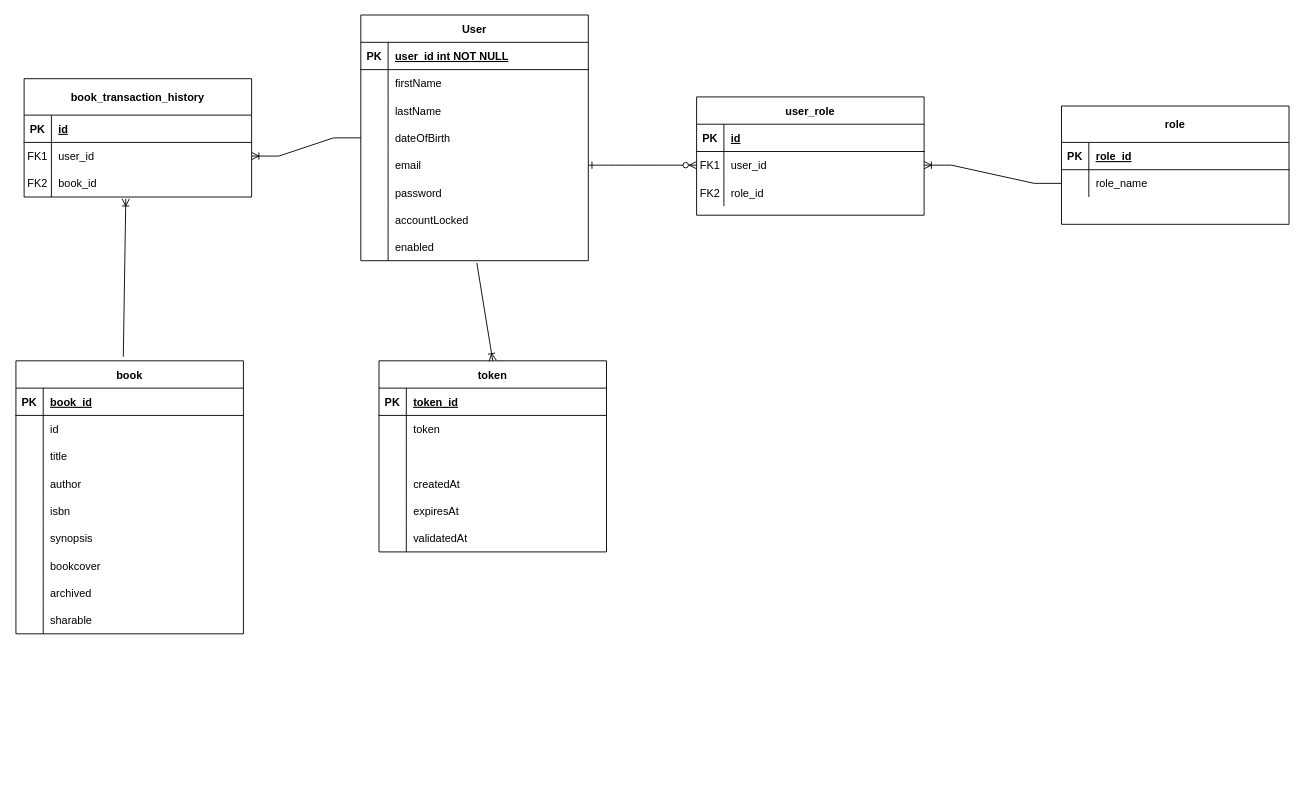
Earlier version of the draw.io diagram database_erd.drawio (sukrut57/book-social-network). Source tidied: cells renumbered, new cells numbered last; positions are measured from the earlier drawing's top-left corner, leaving out a move shared by most shapes. Both pictures are drawn from the tidied source at 91%, with x=0, y=0 at pixel (15, 15).
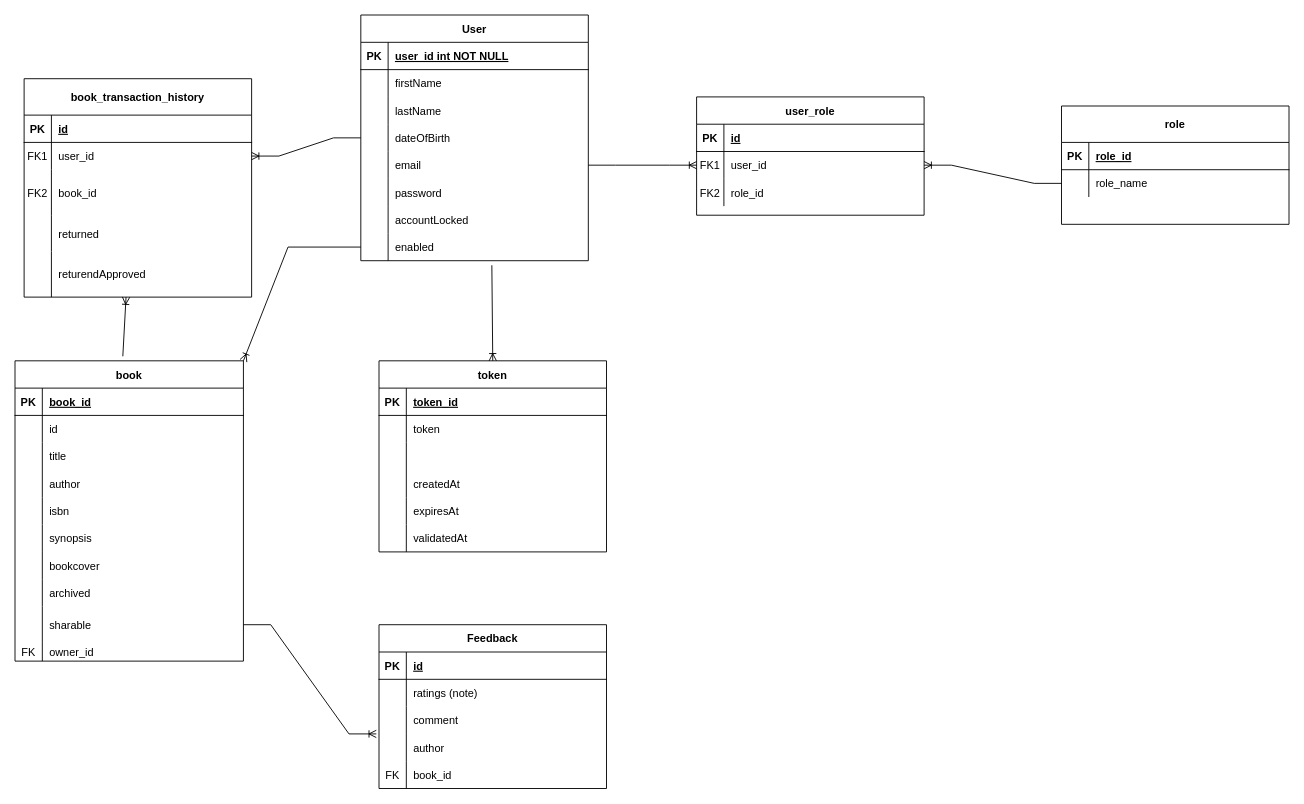
The same page after the edit.

The change refers to these unchanged cells:
```xml
<mxCell id="16" style="shape=partialRectangle;fillColor=none;points=[[0,0.5],[1,0.5]];portConstraint=eastwest;top=0;left=0;right=0;bottom=0;" parent="3" vertex="1">
  <mxGeometry y="150" width="250" height="30" as="geometry" />
</mxCell>
<mxCell id="25" style="shape=partialRectangle;fillColor=none;points=[[0,0.5],[1,0.5]];portConstraint=eastwest;top=0;left=0;right=0;bottom=0;" parent="3" vertex="1">
  <mxGeometry y="240" width="250" height="30" as="geometry" />
</mxCell>
<mxCell id="32" style="shape=partialRectangle;fillColor=none;points=[[0,0.5],[1,0.5]];portConstraint=eastwest;top=0;left=0;right=0;bottom=0;" parent="28" vertex="1">
  <mxGeometry y="60" width="250" height="30" as="geometry" />
</mxCell>
<mxCell id="86" value="token" style="shape=table;startSize=30;childLayout=tableLayout;rowLines=0;fontStyle=1;align=center;" parent="1" vertex="1">
  <mxGeometry x="399" y="380" width="250" height="210" as="geometry" />
</mxCell>
```

Change to the diagram source:
```diff
@@
-    <mxCell id="2" style="edgeStyle=entityRelationEdgeStyle;endArrow=ERzeroToMany;startArrow=ERone;endFill=1;startFill=0;exitX=1;exitY=0.5;exitDx=0;exitDy=0;" parent="1" edge="1" source="16" target="32">
-      <mxGeometry relative="1" as="geometry">
-        <Array as="points">
-          <mxPoint x="638" y="130" />
-        </Array>
-      </mxGeometry>
-    </mxCell>
@@
     <mxCell id="46" value="book_transaction_history" style="shape=table;startSize=40;childLayout=tableLayout;rowLines=0;fontStyle=1;align=center;" parent="1" vertex="1">
-      <mxGeometry x="9" y="70" width="250" height="130" as="geometry" />
+      <mxGeometry x="9" y="70" width="250" height="240" as="geometry" />
     </mxCell>
@@
     <mxCell id="53" style="shape=partialRectangle;fillColor=none;points=[[0,0.5],[1,0.5]];portConstraint=eastwest;top=0;left=0;right=0;bottom=0;" parent="46" vertex="1">
-      <mxGeometry y="100" width="250" height="30" as="geometry" />
+      <mxGeometry y="100" width="250" height="50" as="geometry" />
     </mxCell>
     <mxCell id="54" value="FK2" style="shape=partialRectangle;overflow=hidden;fillColor=none;top=0;left=0;bottom=0;right=0;" parent="53" vertex="1">
-      <mxGeometry width="30" height="30" as="geometry" />
+      <mxGeometry width="30" height="50" as="geometry" />
     </mxCell>
     <mxCell id="55" value="book_id" style="shape=partialRectangle;overflow=hidden;fillColor=none;top=0;left=0;bottom=0;right=0;align=left;spacingLeft=6;" parent="53" vertex="1">
-      <mxGeometry x="30" width="220" height="30" as="geometry" />
+      <mxGeometry x="30" width="220" height="50" as="geometry" />
     </mxCell>
+    <mxCell id="106" style="shape=partialRectangle;fillColor=none;top=0;left=0;right=0;bottom=0;" parent="46" vertex="1">
+      <mxGeometry y="150" width="250" height="40" as="geometry" />
+    </mxCell>
+    <mxCell id="107" style="shape=partialRectangle;overflow=hidden;fillColor=none;top=0;left=0;bottom=0;right=0;" parent="106" vertex="1">
+      <mxGeometry width="30" height="40" as="geometry" />
+    </mxCell>
+    <mxCell id="108" value="returned" style="shape=partialRectangle;overflow=hidden;fillColor=none;top=0;left=0;bottom=0;right=0;align=left;spacingLeft=6;" parent="106" vertex="1">
+      <mxGeometry x="30" width="220" height="40" as="geometry" />
+    </mxCell>
+    <mxCell id="109" style="shape=partialRectangle;fillColor=none;top=0;left=0;right=0;bottom=0;" parent="46" vertex="1">
+      <mxGeometry y="190" width="250" height="50" as="geometry" />
+    </mxCell>
+    <mxCell id="110" style="shape=partialRectangle;overflow=hidden;fillColor=none;top=0;left=0;bottom=0;right=0;" parent="109" vertex="1">
+      <mxGeometry width="30" height="50" as="geometry" />
+    </mxCell>
+    <mxCell id="111" value="returendApproved" style="shape=partialRectangle;overflow=hidden;fillColor=none;top=0;left=0;bottom=0;right=0;align=left;spacingLeft=6;" parent="109" vertex="1">
+      <mxGeometry x="30" width="220" height="50" as="geometry" />
+    </mxCell>
@@
     <mxCell id="57" value="book" style="shape=table;startSize=30;childLayout=tableLayout;rowLines=0;fontStyle=1;align=center;" parent="1" vertex="1">
-      <mxGeometry y="380" width="250" height="300" as="geometry" />
+      <mxGeometry x="-1" y="380" width="251" height="330" as="geometry" />
     </mxCell>
     <mxCell id="58" style="shape=partialRectangle;fillColor=none;top=0;left=0;right=0;bottom=1;" parent="57" vertex="1">
-      <mxGeometry y="30" width="250" height="30" as="geometry" />
+      <mxGeometry y="30" width="251" height="30" as="geometry" />
     </mxCell>
@@
     <mxCell id="60" value="book_id" style="shape=partialRectangle;overflow=hidden;fillColor=none;top=0;left=0;bottom=0;right=0;align=left;spacingLeft=6;fontStyle=5;" parent="58" vertex="1">
-      <mxGeometry x="30" width="220" height="30" as="geometry" />
+      <mxGeometry x="30" width="221" height="30" as="geometry" />
     </mxCell>
     <mxCell id="61" style="shape=partialRectangle;fillColor=none;top=0;left=0;right=0;bottom=0;" parent="57" vertex="1">
-      <mxGeometry y="60" width="250" height="30" as="geometry" />
+      <mxGeometry y="60" width="251" height="30" as="geometry" />
     </mxCell>
@@
     <mxCell id="63" value="id" style="shape=partialRectangle;overflow=hidden;fillColor=none;top=0;left=0;bottom=0;right=0;align=left;spacingLeft=6;" parent="61" vertex="1">
-      <mxGeometry x="30" width="220" height="30" as="geometry" />
+      <mxGeometry x="30" width="221" height="30" as="geometry" />
     </mxCell>
     <mxCell id="64" style="shape=partialRectangle;fillColor=none;top=0;left=0;right=0;bottom=0;" parent="57" vertex="1">
-      <mxGeometry y="90" width="250" height="30" as="geometry" />
+      <mxGeometry y="90" width="251" height="30" as="geometry" />
     </mxCell>
@@
     <mxCell id="66" value="title" style="shape=partialRectangle;overflow=hidden;fillColor=none;top=0;left=0;bottom=0;right=0;align=left;spacingLeft=6;" parent="64" vertex="1">
-      <mxGeometry x="30" width="220" height="30" as="geometry" />
+      <mxGeometry x="30" width="221" height="30" as="geometry" />
     </mxCell>
     <mxCell id="67" style="shape=partialRectangle;fillColor=none;top=0;left=0;right=0;bottom=0;" parent="57" vertex="1">
-      <mxGeometry y="120" width="250" height="30" as="geometry" />
+      <mxGeometry y="120" width="251" height="30" as="geometry" />
     </mxCell>
@@
     <mxCell id="69" value="author" style="shape=partialRectangle;overflow=hidden;fillColor=none;top=0;left=0;bottom=0;right=0;align=left;spacingLeft=6;" parent="67" vertex="1">
-      <mxGeometry x="30" width="220" height="30" as="geometry" />
+      <mxGeometry x="30" width="221" height="30" as="geometry" />
     </mxCell>
     <mxCell id="70" style="shape=partialRectangle;fillColor=none;top=0;left=0;right=0;bottom=0;" parent="57" vertex="1">
-      <mxGeometry y="150" width="250" height="30" as="geometry" />
+      <mxGeometry y="150" width="251" height="30" as="geometry" />
     </mxCell>
@@
     <mxCell id="72" value="isbn" style="shape=partialRectangle;overflow=hidden;fillColor=none;top=0;left=0;bottom=0;right=0;align=left;spacingLeft=6;" parent="70" vertex="1">
-      <mxGeometry x="30" width="220" height="30" as="geometry" />
+      <mxGeometry x="30" width="221" height="30" as="geometry" />
     </mxCell>
     <mxCell id="73" style="shape=partialRectangle;fillColor=none;top=0;left=0;right=0;bottom=0;" parent="57" vertex="1">
-      <mxGeometry y="180" width="250" height="30" as="geometry" />
+      <mxGeometry y="180" width="251" height="30" as="geometry" />
     </mxCell>
@@
     <mxCell id="75" value="synopsis" style="shape=partialRectangle;overflow=hidden;fillColor=none;top=0;left=0;bottom=0;right=0;align=left;spacingLeft=6;" parent="73" vertex="1">
-      <mxGeometry x="30" width="220" height="30" as="geometry" />
+      <mxGeometry x="30" width="221" height="30" as="geometry" />
     </mxCell>
     <mxCell id="76" style="shape=partialRectangle;fillColor=none;top=0;left=0;right=0;bottom=0;" parent="57" vertex="1">
-      <mxGeometry y="210" width="250" height="30" as="geometry" />
+      <mxGeometry y="210" width="251" height="30" as="geometry" />
     </mxCell>
@@
     <mxCell id="78" value="bookcover" style="shape=partialRectangle;overflow=hidden;fillColor=none;top=0;left=0;bottom=0;right=0;align=left;spacingLeft=6;" parent="76" vertex="1">
-      <mxGeometry x="30" width="220" height="30" as="geometry" />
+      <mxGeometry x="30" width="221" height="30" as="geometry" />
     </mxCell>
     <mxCell id="79" style="shape=partialRectangle;fillColor=none;top=0;left=0;right=0;bottom=0;" parent="57" vertex="1">
-      <mxGeometry y="240" width="250" height="30" as="geometry" />
+      <mxGeometry y="240" width="251" height="30" as="geometry" />
     </mxCell>
@@
     <mxCell id="81" value="archived" style="shape=partialRectangle;overflow=hidden;fillColor=none;top=0;left=0;bottom=0;right=0;align=left;spacingLeft=6;" parent="79" vertex="1">
-      <mxGeometry x="30" width="220" height="30" as="geometry" />
+      <mxGeometry x="30" width="221" height="30" as="geometry" />
     </mxCell>
+    <mxCell id="112" style="shape=partialRectangle;fillColor=none;points=[[0,0.5],[1,0.5]];portConstraint=eastwest;top=0;left=0;right=0;bottom=0;" parent="57" vertex="1">
+      <mxGeometry y="270" width="251" height="40" as="geometry" />
+    </mxCell>
+    <mxCell id="113" style="shape=partialRectangle;overflow=hidden;fillColor=none;top=0;left=0;bottom=0;right=0;" parent="112" vertex="1">
+      <mxGeometry width="30" height="40" as="geometry" />
+    </mxCell>
+    <mxCell id="114" value="sharable" style="shape=partialRectangle;overflow=hidden;fillColor=none;top=0;left=0;bottom=0;right=0;align=left;spacingLeft=6;" parent="112" vertex="1">
+      <mxGeometry x="30" width="221" height="40" as="geometry" />
+    </mxCell>
     <mxCell id="82" style="shape=partialRectangle;fillColor=none;top=0;left=0;right=0;bottom=0;" parent="57" vertex="1">
-      <mxGeometry y="270" width="250" height="30" as="geometry" />
+      <mxGeometry y="310" width="251" height="20" as="geometry" />
     </mxCell>
-    <mxCell id="83" style="shape=partialRectangle;overflow=hidden;fillColor=none;top=0;left=0;bottom=0;right=0;" parent="82" vertex="1">
-      <mxGeometry width="30" height="30" as="geometry" />
+    <mxCell id="83" value="FK" style="shape=partialRectangle;overflow=hidden;fillColor=none;top=0;left=0;bottom=0;right=0;" parent="82" vertex="1">
+      <mxGeometry width="30" height="20" as="geometry" />
     </mxCell>
-    <mxCell id="84" value="sharable" style="shape=partialRectangle;overflow=hidden;fillColor=none;top=0;left=0;bottom=0;right=0;align=left;spacingLeft=6;" parent="82" vertex="1">
-      <mxGeometry x="30" width="220" height="30" as="geometry" />
+    <mxCell id="84" value="owner_id" style="shape=partialRectangle;overflow=hidden;fillColor=none;top=0;left=0;bottom=0;right=0;align=left;spacingLeft=6;" parent="82" vertex="1">
+      <mxGeometry x="30" width="221" height="20" as="geometry" />
     </mxCell>
-    <mxCell id="85" style="fontSize=12;html=1;endArrow=ERoneToMany;rounded=0;entryX=0.447;entryY=1.062;entryDx=0;entryDy=0;exitX=0.472;exitY=-0.015;exitDx=0;exitDy=0;exitPerimeter=0;entryPerimeter=0;" parent="1" edge="1" source="57" target="53">
-      <mxGeometry relative="1" as="geometry" />
+    <mxCell id="85" style="fontSize=12;html=1;endArrow=ERoneToMany;rounded=0;exitX=0.472;exitY=-0.015;exitDx=0;exitDy=0;exitPerimeter=0;" parent="1" edge="1" source="57">
+      <mxGeometry relative="1" as="geometry">
+        <mxPoint x="121" y="310" as="targetPoint" />
+      </mxGeometry>
     </mxCell>
@@
-    <mxCell id="105" style="fontSize=12;html=1;endArrow=ERoneToMany;rounded=0;strokeColor=default;align=center;verticalAlign=middle;fontFamily=Helvetica;fontColor=default;labelBackgroundColor=default;exitX=0.51;exitY=1.083;exitDx=0;exitDy=0;exitPerimeter=0;entryX=0.5;entryY=0;entryDx=0;entryDy=0;" parent="1" edge="1" source="25" target="86">
+    <mxCell id="105" style="fontSize=12;html=1;endArrow=ERoneToMany;rounded=0;strokeColor=default;align=center;verticalAlign=middle;fontFamily=Helvetica;fontColor=default;labelBackgroundColor=default;exitX=0.576;exitY=1.167;exitDx=0;exitDy=0;exitPerimeter=0;entryX=0.5;entryY=0;entryDx=0;entryDy=0;" parent="1" edge="1" source="25" target="86">
       <mxGeometry relative="1" as="geometry" />
     </mxCell>
+    <mxCell id="2" style="edgeStyle=entityRelationEdgeStyle;fontSize=12;html=1;endArrow=ERoneToMany;rounded=0;entryX=0;entryY=0.5;entryDx=0;entryDy=0;exitX=1;exitY=0.5;exitDx=0;exitDy=0;" parent="1" edge="1" source="16" target="32">
+      <mxGeometry relative="1" as="geometry" />
+    </mxCell>
+    <mxCell id="115" style="fontSize=12;html=1;endArrow=ERoneToMany;rounded=0;exitX=0;exitY=0.5;exitDx=0;exitDy=0;entryX=1;entryY=0;entryDx=0;entryDy=0;" parent="1" edge="1" source="25" target="57">
+      <mxGeometry relative="1" as="geometry">
+        <Array as="points">
+          <mxPoint x="299" y="255" />
+        </Array>
+      </mxGeometry>
+    </mxCell>
+    <mxCell id="116" value="Feedback" style="shape=table;startSize=30;childLayout=tableLayout;rowLines=0;fontStyle=1;align=center;" parent="1" vertex="1">
+      <mxGeometry x="399" y="670" width="250" height="180" as="geometry" />
+    </mxCell>
+    <mxCell id="117" style="shape=partialRectangle;fillColor=none;top=0;left=0;right=0;bottom=1;" parent="116" vertex="1">
+      <mxGeometry y="30" width="250" height="30" as="geometry" />
+    </mxCell>
+    <mxCell id="118" value="PK" style="shape=partialRectangle;overflow=hidden;fillColor=none;top=0;left=0;bottom=0;right=0;fontStyle=1;" parent="117" vertex="1">
+      <mxGeometry width="30" height="30" as="geometry" />
+    </mxCell>
+    <mxCell id="119" value="id" style="shape=partialRectangle;overflow=hidden;fillColor=none;top=0;left=0;bottom=0;right=0;align=left;spacingLeft=6;fontStyle=5;" parent="117" vertex="1">
+      <mxGeometry x="30" width="220" height="30" as="geometry" />
+    </mxCell>
+    <mxCell id="120" style="shape=partialRectangle;fillColor=none;top=0;left=0;right=0;bottom=0;" parent="116" vertex="1">
+      <mxGeometry y="60" width="250" height="30" as="geometry" />
+    </mxCell>
+    <mxCell id="121" style="shape=partialRectangle;overflow=hidden;fillColor=none;top=0;left=0;bottom=0;right=0;" parent="120" vertex="1">
+      <mxGeometry width="30" height="30" as="geometry" />
+    </mxCell>
+    <mxCell id="122" value="ratings (note)" style="shape=partialRectangle;overflow=hidden;fillColor=none;top=0;left=0;bottom=0;right=0;align=left;spacingLeft=6;" parent="120" vertex="1">
+      <mxGeometry x="30" width="220" height="30" as="geometry" />
+    </mxCell>
+    <mxCell id="123" style="shape=partialRectangle;fillColor=none;points=[[0,0.5],[1,0.5]];portConstraint=eastwest;top=0;left=0;right=0;bottom=0;" parent="116" vertex="1">
+      <mxGeometry y="90" width="250" height="30" as="geometry" />
+    </mxCell>
+    <mxCell id="124" style="shape=partialRectangle;overflow=hidden;fillColor=none;top=0;left=0;bottom=0;right=0;" parent="123" vertex="1">
+      <mxGeometry width="30" height="30" as="geometry" />
+    </mxCell>
+    <mxCell id="125" value="comment" style="shape=partialRectangle;overflow=hidden;fillColor=none;top=0;left=0;bottom=0;right=0;align=left;spacingLeft=6;" parent="123" vertex="1">
+      <mxGeometry x="30" width="220" height="30" as="geometry" />
+    </mxCell>
+    <mxCell id="126" style="shape=partialRectangle;fillColor=none;top=0;left=0;right=0;bottom=0;" parent="116" vertex="1">
+      <mxGeometry y="120" width="250" height="30" as="geometry" />
+    </mxCell>
+    <mxCell id="127" style="shape=partialRectangle;overflow=hidden;fillColor=none;top=0;left=0;bottom=0;right=0;" parent="126" vertex="1">
+      <mxGeometry width="30" height="30" as="geometry" />
+    </mxCell>
+    <mxCell id="128" value="author" style="shape=partialRectangle;overflow=hidden;fillColor=none;top=0;left=0;bottom=0;right=0;align=left;spacingLeft=6;" parent="126" vertex="1">
+      <mxGeometry x="30" width="220" height="30" as="geometry" />
+    </mxCell>
+    <mxCell id="129" style="shape=partialRectangle;fillColor=none;top=0;left=0;right=0;bottom=0;" parent="116" vertex="1">
+      <mxGeometry y="150" width="250" height="30" as="geometry" />
+    </mxCell>
+    <mxCell id="130" value="FK" style="shape=partialRectangle;overflow=hidden;fillColor=none;top=0;left=0;bottom=0;right=0;" parent="129" vertex="1">
+      <mxGeometry width="30" height="30" as="geometry" />
+    </mxCell>
+    <mxCell id="131" value="book_id" style="shape=partialRectangle;overflow=hidden;fillColor=none;top=0;left=0;bottom=0;right=0;align=left;spacingLeft=6;" parent="129" vertex="1">
+      <mxGeometry x="30" width="220" height="30" as="geometry" />
+    </mxCell>
+    <mxCell id="132" style="edgeStyle=entityRelationEdgeStyle;fontSize=12;html=1;endArrow=ERoneToMany;rounded=0;exitX=1;exitY=0.5;exitDx=0;exitDy=0;entryX=-0.012;entryY=1;entryDx=0;entryDy=0;entryPerimeter=0;" parent="1" edge="1" source="112" target="123">
+      <mxGeometry relative="1" as="geometry" />
+    </mxCell>
```
